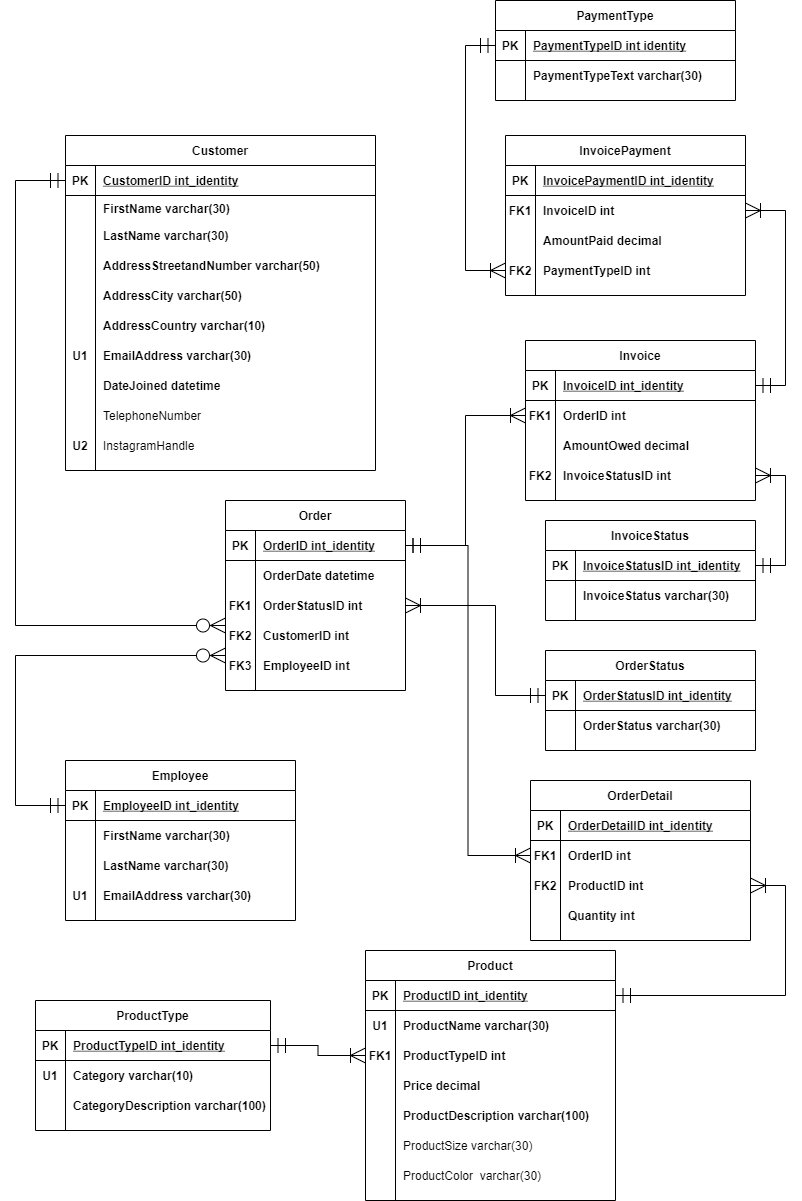
Before: Project/Project Logical Model.png, a diagram exported from draw.io (trisxcj1/SyracuseUniversity_IST659). Source tidied: cells renumbered, new cells last; positions are measured from the earlier drawing's top-left corner, leaving out a move shared by most shapes.
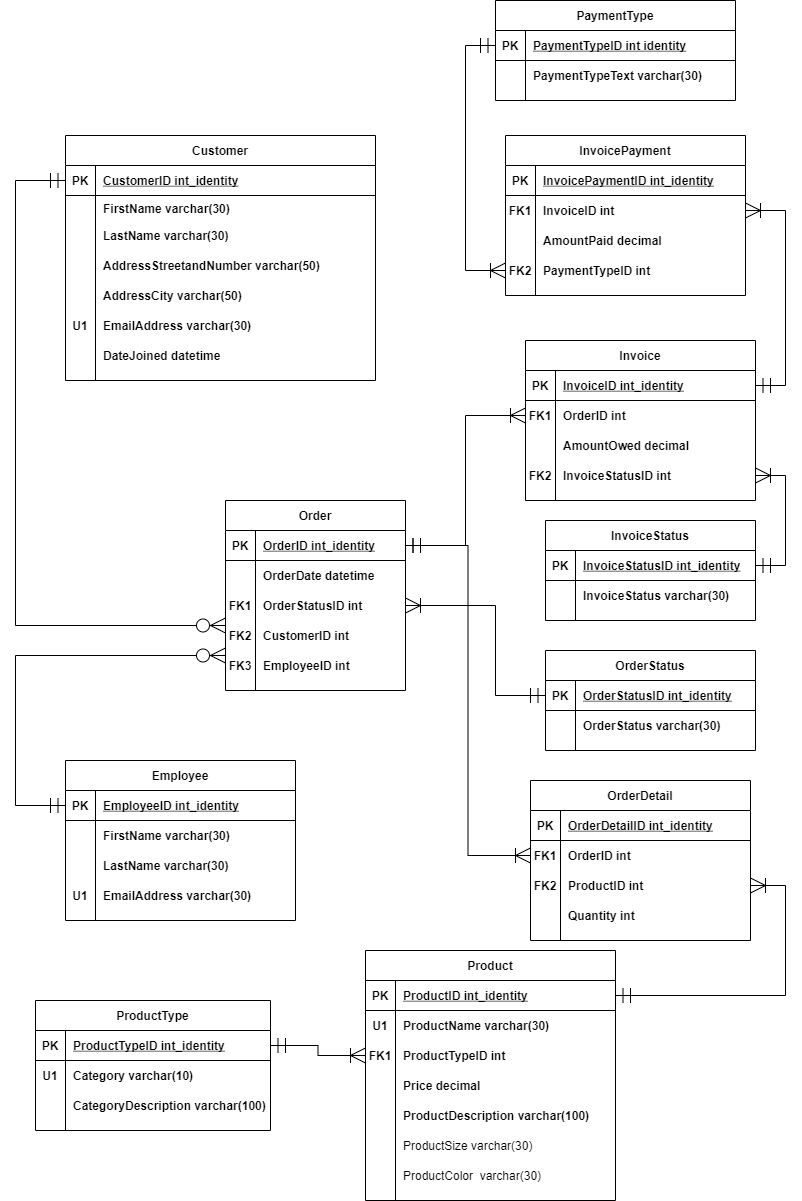
The same file after the commit.

Commit message:
removed columns from Customers

Diff of the diagram source:
```diff
@@ -3,7 +3,7 @@
     <mxCell id="0" />
     <mxCell id="1" parent="0" />
     <mxCell id="2" value="Customer" style="shape=table;startSize=30;rowLines=0;fontStyle=1;align=center;" parent="1" vertex="1">
-      <mxGeometry x="50" y="135" width="310" height="335" as="geometry" />
+      <mxGeometry x="50" y="135" width="310" height="245" as="geometry" />
     </mxCell>
     <mxCell id="3" style="shape=partialRectangle;fillColor=none;top=0;left=0;bottom=1;right=0;points=[[0,0.5],[1,0.5]];portConstraint=eastwest;" parent="2" vertex="1">
       <mxGeometry y="30" width="310" height="30" as="geometry" />
@@ -50,17 +50,8 @@
     <mxCell id="17" value="AddressCity varchar(50)" style="shape=partialRectangle;fillColor=none;top=0;left=0;bottom=0;right=0;align=left;spacingLeft=6;overflow=hidden;fontStyle=1;" parent="15" vertex="1">
       <mxGeometry x="30" width="280" height="30" as="geometry" />
     </mxCell>
-    <mxCell id="18" style="shape=partialRectangle;fillColor=none;top=0;left=0;bottom=0;right=0;" parent="2" vertex="1">
-      <mxGeometry y="175" width="310" height="30" as="geometry" />
-    </mxCell>
-    <mxCell id="19" style="shape=partialRectangle;fillColor=none;top=0;left=0;bottom=0;right=0;overflow=hidden;" parent="18" vertex="1">
-      <mxGeometry width="30" height="30" as="geometry" />
-    </mxCell>
-    <mxCell id="20" value="AddressCountry varchar(10)" style="shape=partialRectangle;fillColor=none;top=0;left=0;bottom=0;right=0;align=left;spacingLeft=6;overflow=hidden;fontStyle=1;" parent="18" vertex="1">
-      <mxGeometry x="30" width="280" height="30" as="geometry" />
-    </mxCell>
     <mxCell id="21" style="shape=partialRectangle;fillColor=none;top=0;left=0;bottom=0;right=0;" parent="2" vertex="1">
-      <mxGeometry y="205" width="310" height="30" as="geometry" />
+      <mxGeometry y="175" width="310" height="30" as="geometry" />
     </mxCell>
     <mxCell id="22" value="U1" style="shape=partialRectangle;fillColor=none;top=0;left=0;bottom=0;right=0;overflow=hidden;fontStyle=1;" parent="21" vertex="1">
       <mxGeometry width="30" height="30" as="geometry" />
@@ -69,7 +60,7 @@
       <mxGeometry x="30" width="280" height="30" as="geometry" />
     </mxCell>
     <mxCell id="24" style="shape=partialRectangle;fillColor=none;top=0;left=0;bottom=0;right=0;" parent="2" vertex="1">
-      <mxGeometry y="235" width="310" height="30" as="geometry" />
+      <mxGeometry y="205" width="310" height="30" as="geometry" />
     </mxCell>
     <mxCell id="25" style="shape=partialRectangle;fillColor=none;top=0;left=0;bottom=0;right=0;overflow=hidden;fontStyle=1;" parent="24" vertex="1">
       <mxGeometry width="30" height="30" as="geometry" />
@@ -77,24 +68,6 @@
     <mxCell id="26" value="DateJoined datetime" style="shape=partialRectangle;fillColor=none;top=0;left=0;bottom=0;right=0;align=left;spacingLeft=6;overflow=hidden;fontStyle=1;" parent="24" vertex="1">
       <mxGeometry x="30" width="280" height="30" as="geometry" />
     </mxCell>
-    <mxCell id="27" style="shape=partialRectangle;fillColor=none;top=0;left=0;bottom=0;right=0;" parent="2" vertex="1">
-      <mxGeometry y="265" width="310" height="30" as="geometry" />
-    </mxCell>
-    <mxCell id="28" style="shape=partialRectangle;fillColor=none;top=0;left=0;bottom=0;right=0;overflow=hidden;" parent="27" vertex="1">
-      <mxGeometry width="30" height="30" as="geometry" />
-    </mxCell>
-    <mxCell id="29" value="TelephoneNumber" style="shape=partialRectangle;fillColor=none;top=0;left=0;bottom=0;right=0;align=left;spacingLeft=6;overflow=hidden;" parent="27" vertex="1">
-      <mxGeometry x="30" width="280" height="30" as="geometry" />
-    </mxCell>
-    <mxCell id="30" style="shape=partialRectangle;fillColor=none;top=0;left=0;bottom=0;right=0;" parent="2" vertex="1">
-      <mxGeometry y="295" width="310" height="30" as="geometry" />
-    </mxCell>
-    <mxCell id="31" value="U2" style="shape=partialRectangle;fillColor=none;top=0;left=0;bottom=0;right=0;overflow=hidden;fontStyle=1;" parent="30" vertex="1">
-      <mxGeometry width="30" height="30" as="geometry" />
-    </mxCell>
-    <mxCell id="32" value="InstagramHandle" style="shape=partialRectangle;fillColor=none;top=0;left=0;bottom=0;right=0;align=left;spacingLeft=6;overflow=hidden;" parent="30" vertex="1">
-      <mxGeometry x="30" width="280" height="30" as="geometry" />
-    </mxCell>
     <mxCell id="33" value="Product" style="shape=table;startSize=30;rowLines=0;fontStyle=1;align=center;" parent="1" vertex="1">
       <mxGeometry x="350" y="950" width="250" height="250" as="geometry" />
     </mxCell>
```
